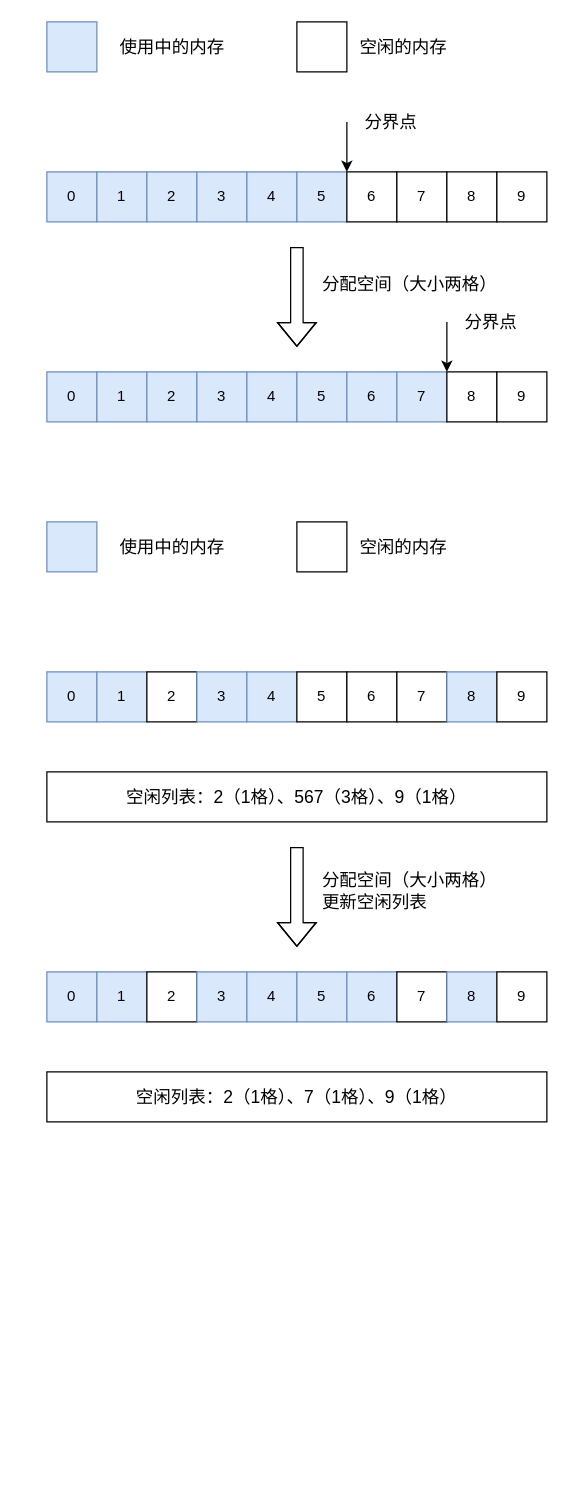
zero-97/picture-of-the-article keeps this draw.io diagram as 漫谈 对象创建的过程/漫谈 对象创建的过程.drawio. Above is the earlier version. Source tidied: cells renumbered, new cells numbered last; positions are measured from the earlier drawing's top-left corner, leaving out a move shared by most shapes. Both pictures are drawn from the tidied source at 125%, with x=0, y=0 at pixel (46, 21).
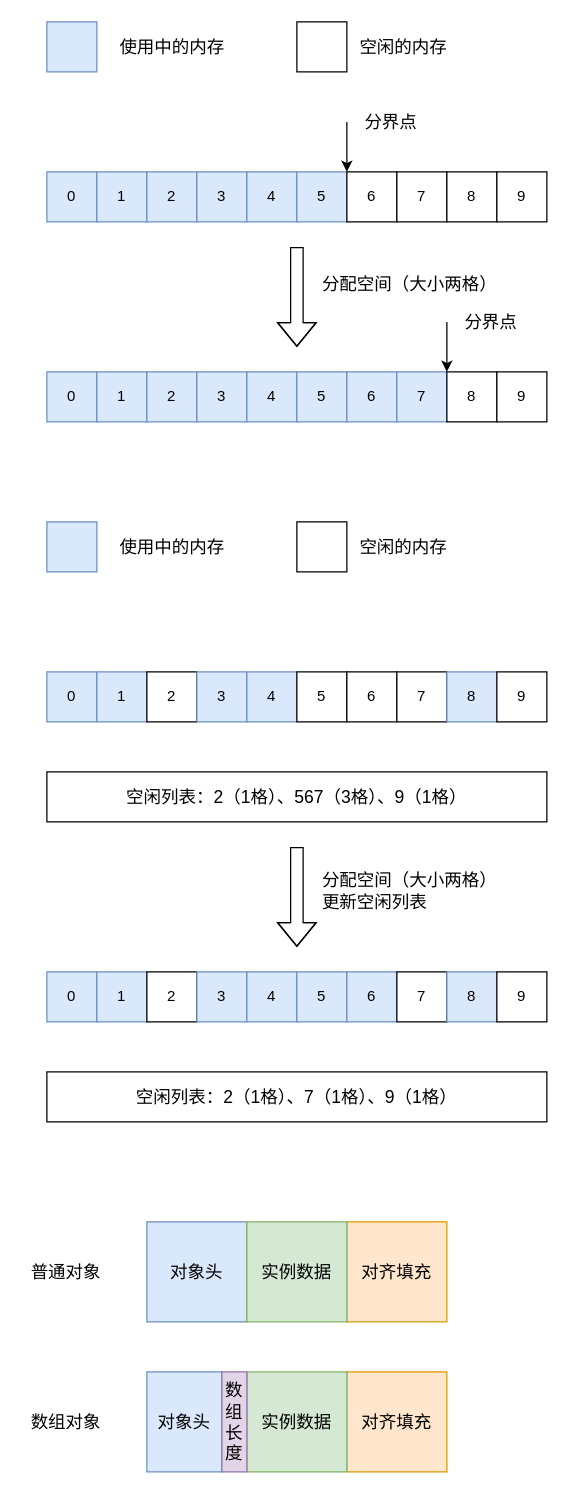
The same diagram, later.

Commit message (it also covers changes not shown here):
Update 漫谈 对象创建的过程.drawio

Change to the diagram source:
```diff
@@
+    <mxCell id="61" value="对象头" style="whiteSpace=wrap;html=1;fontSize=14;align=center;fillColor=#dae8fc;strokeColor=#6c8ebf;" parent="1" vertex="1">
+      <mxGeometry x="80" y="960" width="80" height="80" as="geometry" />
+    </mxCell>
+    <mxCell id="62" value="对齐填充" style="whiteSpace=wrap;html=1;fontSize=14;align=center;fillColor=#ffe6cc;strokeColor=#d79b00;" parent="1" vertex="1">
+      <mxGeometry x="240" y="960" width="80" height="80" as="geometry" />
+    </mxCell>
+    <mxCell id="63" value="实例数据" style="whiteSpace=wrap;html=1;fontSize=14;align=center;fillColor=#d5e8d4;strokeColor=#82b366;" parent="1" vertex="1">
+      <mxGeometry x="160" y="960" width="80" height="80" as="geometry" />
+    </mxCell>
+    <mxCell id="64" value="对齐填充" style="whiteSpace=wrap;html=1;fontSize=14;align=center;fillColor=#ffe6cc;strokeColor=#d79b00;" parent="1" vertex="1">
+      <mxGeometry x="240" y="1080" width="80" height="80" as="geometry" />
+    </mxCell>
+    <mxCell id="65" value="实例数据" style="whiteSpace=wrap;html=1;fontSize=14;align=center;fillColor=#d5e8d4;strokeColor=#82b366;" parent="1" vertex="1">
+      <mxGeometry x="160" y="1080" width="80" height="80" as="geometry" />
+    </mxCell>
+    <mxCell id="66" value="普通对象" style="text;html=1;align=center;verticalAlign=middle;strokeColor=none;fillColor=none;fontSize=14;" parent="1" vertex="1">
+      <mxGeometry x="-20" y="990" width="70" height="20" as="geometry" />
+    </mxCell>
+    <mxCell id="67" value="数组对象" style="text;html=1;align=center;verticalAlign=middle;strokeColor=none;fillColor=none;fontSize=14;" parent="1" vertex="1">
+      <mxGeometry x="-20" y="1110" width="70" height="20" as="geometry" />
+    </mxCell>
+    <mxCell id="68" value="对象头" style="rounded=0;whiteSpace=wrap;html=1;fontSize=14;align=center;fillColor=#dae8fc;strokeColor=#6c8ebf;" parent="1" vertex="1">
+      <mxGeometry x="80" y="1080" width="60" height="80" as="geometry" />
+    </mxCell>
+    <mxCell id="69" value="数组长度" style="rounded=0;whiteSpace=wrap;html=1;fontSize=14;align=center;fillColor=#e1d5e7;strokeColor=#9673a6;" parent="1" vertex="1">
+      <mxGeometry x="140" y="1080" width="20" height="80" as="geometry" />
+    </mxCell>
```
